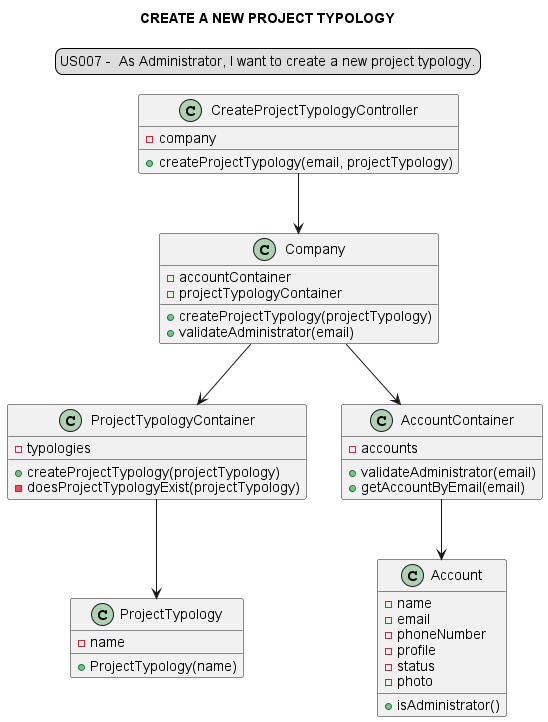
Loracline/project_switch_22-23 keeps this PlantUML diagram as docs/modelling_design/user_stories/sprint02/us007/US007_classDiagram-CREATE_A_NEW_PROJECT_TYPOLOGY.png. Above is the earlier version.
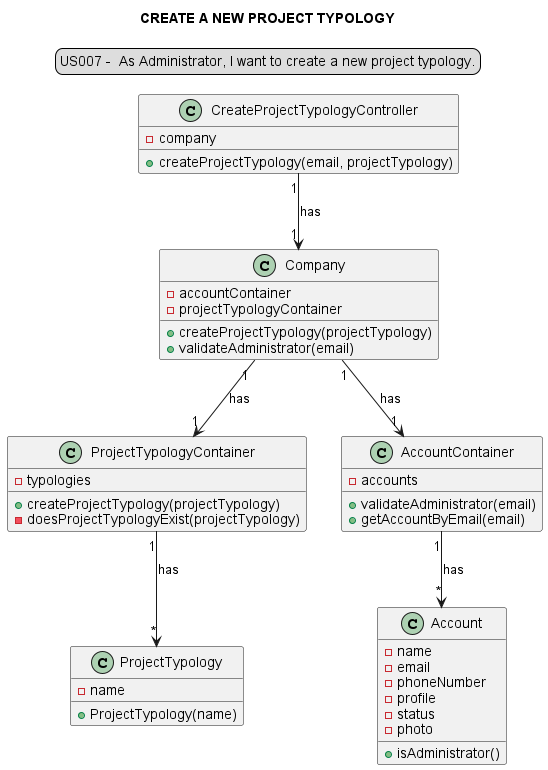
Above is the later version.

Diff of the diagram source:
```diff
@@ -6,11 +6,11 @@
 skinparam sequenceMessageAlign center
 title CREATE A NEW PROJECT TYPOLOGY
 
-"CreateProjectTypologyController" --> "Company"
-"Company" --> "ProjectTypologyContainer"
-"Company" --> "AccountContainer"
-"ProjectTypologyContainer" --> "ProjectTypology"
-"AccountContainer" --> "Account"
+"CreateProjectTypologyController""1"-->"1" "Company": has
+"Company" "1"-->"1" "ProjectTypologyContainer" : has
+"Company" "1"-->"1" "AccountContainer" : has
+"ProjectTypologyContainer" "1"-->"*" "ProjectTypology" : has
+"AccountContainer" "1"-->"*" "Account" : has
 
 class "CreateProjectTypologyController" {
 - company
```
